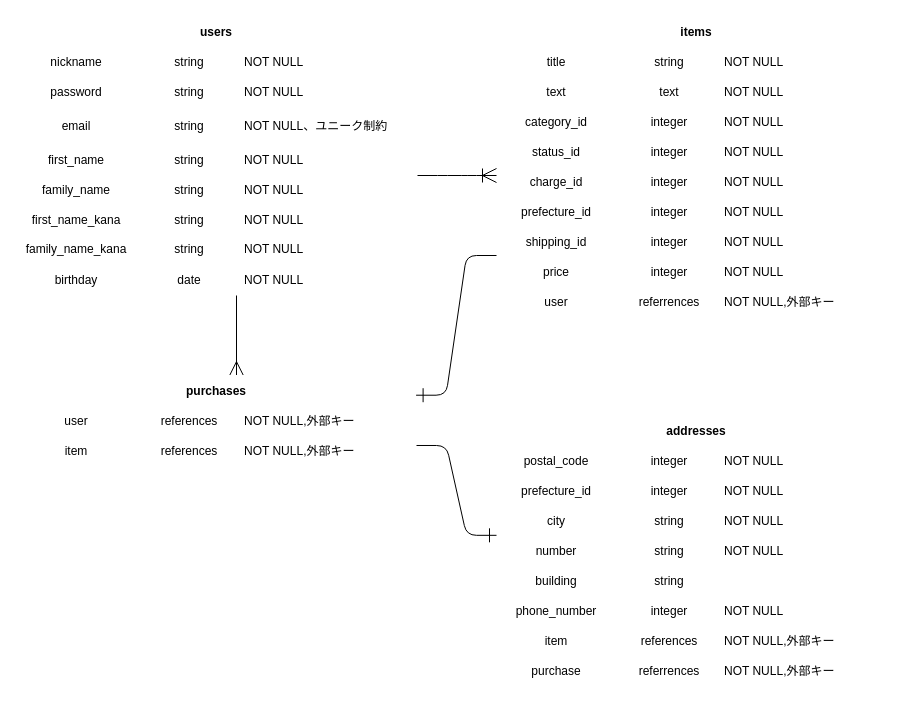
evShun/furima-38994 keeps this draw.io diagram as ER .dio. Above is the earlier version. Source tidied: cells renumbered, new cells numbered last; positions are measured from the earlier drawing's top-left corner, leaving out a move shared by most shapes. Both pictures are drawn from the tidied source at 100%, with x=0, y=0 at pixel (16, 16).
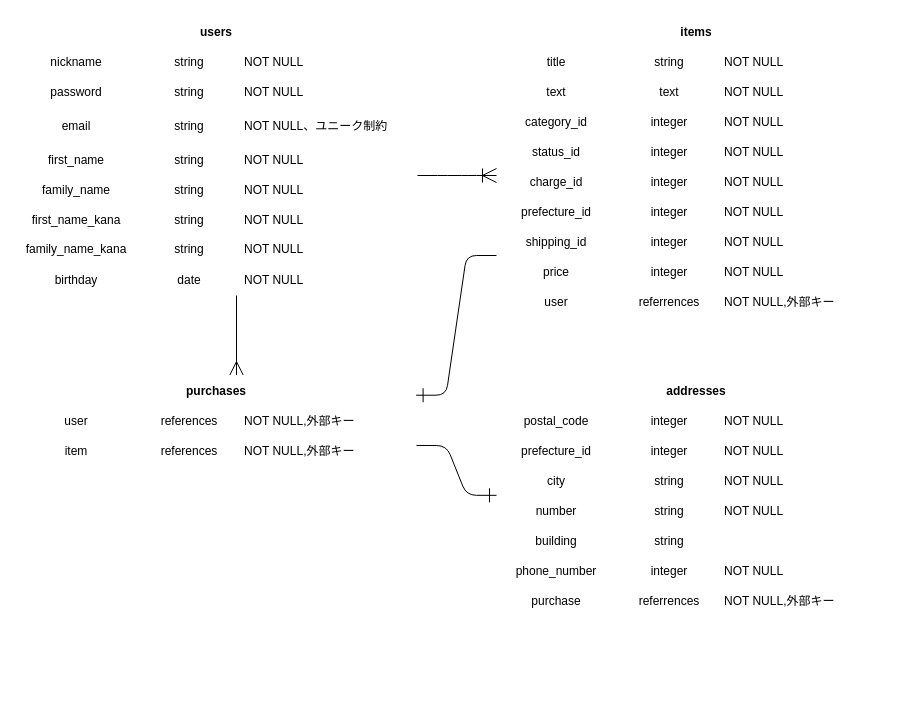
The same page after the edit.

Commit message:
修正4　(ER図のみ)

What changed in the source:
```diff
@@
     <mxCell id="72" value="addresses" style="shape=table;startSize=30;childLayout=tableLayout;rowLines=0;fontStyle=1;align=center;strokeColor=#FFFFFF;fontSize=12;fillColor=none;" parent="1" vertex="1">
-      <mxGeometry x="480" y="399" width="400" height="270" as="geometry" />
+      <mxGeometry x="480" y="359" width="400" height="240" as="geometry" />
     </mxCell>
@@
-    <mxCell id="97" style="shape=tableRow;horizontal=0;startSize=0;swimlaneHead=0;swimlaneBody=0;fillColor=none;top=0;left=0;right=0;bottom=0;strokeColor=#FFFFFF;fontSize=12;" parent="72" vertex="1">
-      <mxGeometry y="210" width="400" height="30" as="geometry" />
-    </mxCell>
-    <mxCell id="98" value="item" style="shape=partialRectangle;fillColor=none;top=0;left=0;bottom=0;right=0;overflow=hidden;strokeColor=#FFFFFF;fontSize=12;" parent="97" vertex="1">
-      <mxGeometry width="120" height="30" as="geometry" />
-    </mxCell>
-    <mxCell id="99" value="references" style="shape=partialRectangle;fillColor=none;top=0;left=0;bottom=0;right=0;align=center;spacingLeft=6;overflow=hidden;strokeColor=#FFFFFF;fontSize=12;" parent="97" vertex="1">
-      <mxGeometry x="120" width="100" height="30" as="geometry" />
-    </mxCell>
-    <mxCell id="100" value="NOT NULL,外部キー" style="shape=partialRectangle;fillColor=none;top=0;left=0;bottom=0;right=0;align=left;spacingLeft=6;overflow=hidden;strokeColor=#FFFFFF;fontSize=12;" parent="97" vertex="1">
-      <mxGeometry x="220" width="180" height="30" as="geometry" />
-    </mxCell>
     <mxCell id="101" style="shape=tableRow;horizontal=0;startSize=0;swimlaneHead=0;swimlaneBody=0;fillColor=none;top=0;left=0;right=0;bottom=0;strokeColor=#FFFFFF;fontSize=12;" parent="72" vertex="1">
-      <mxGeometry y="240" width="400" height="30" as="geometry" />
+      <mxGeometry y="210" width="400" height="30" as="geometry" />
     </mxCell>
```
